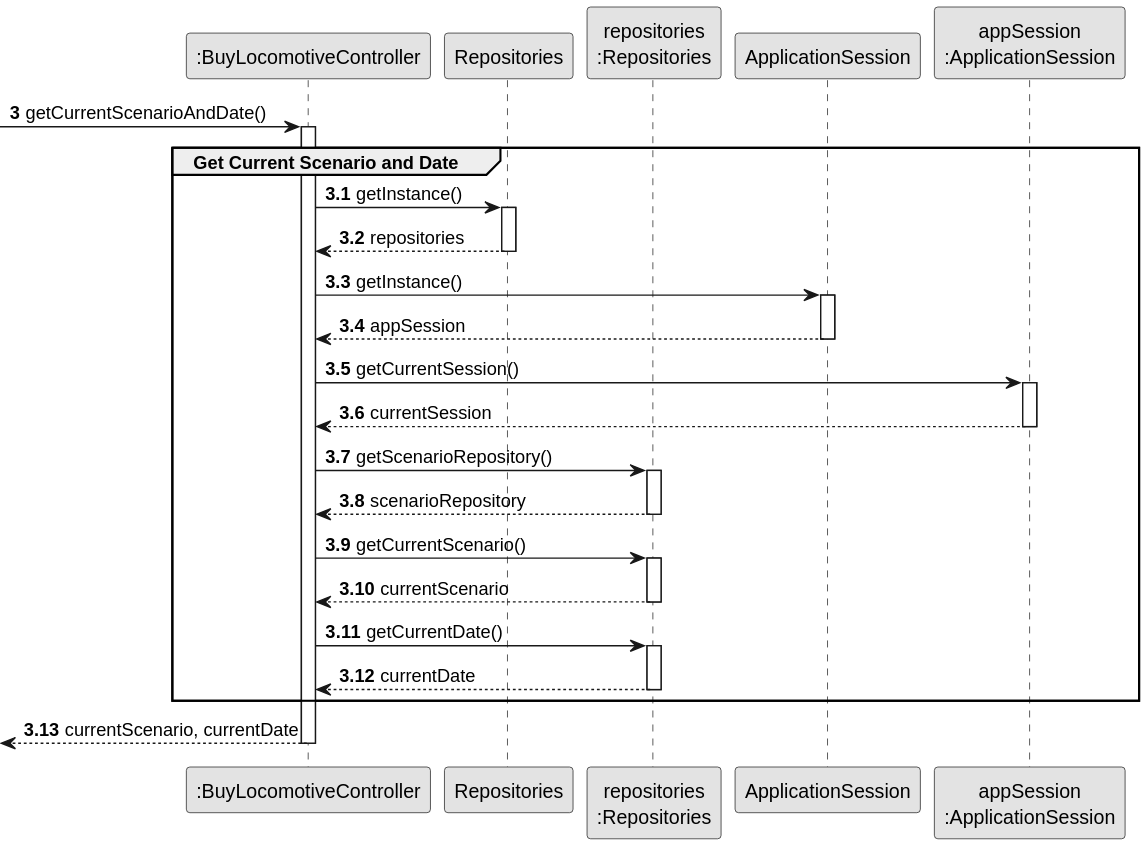
Earlier version of the PlantUML export docs/system-documentation/Sprint 2/US09/03.design/svg/US09-SD-partial-get-current-scenario-and-date.svg (HenriqueSilva18/Railway-Network-Simulator).
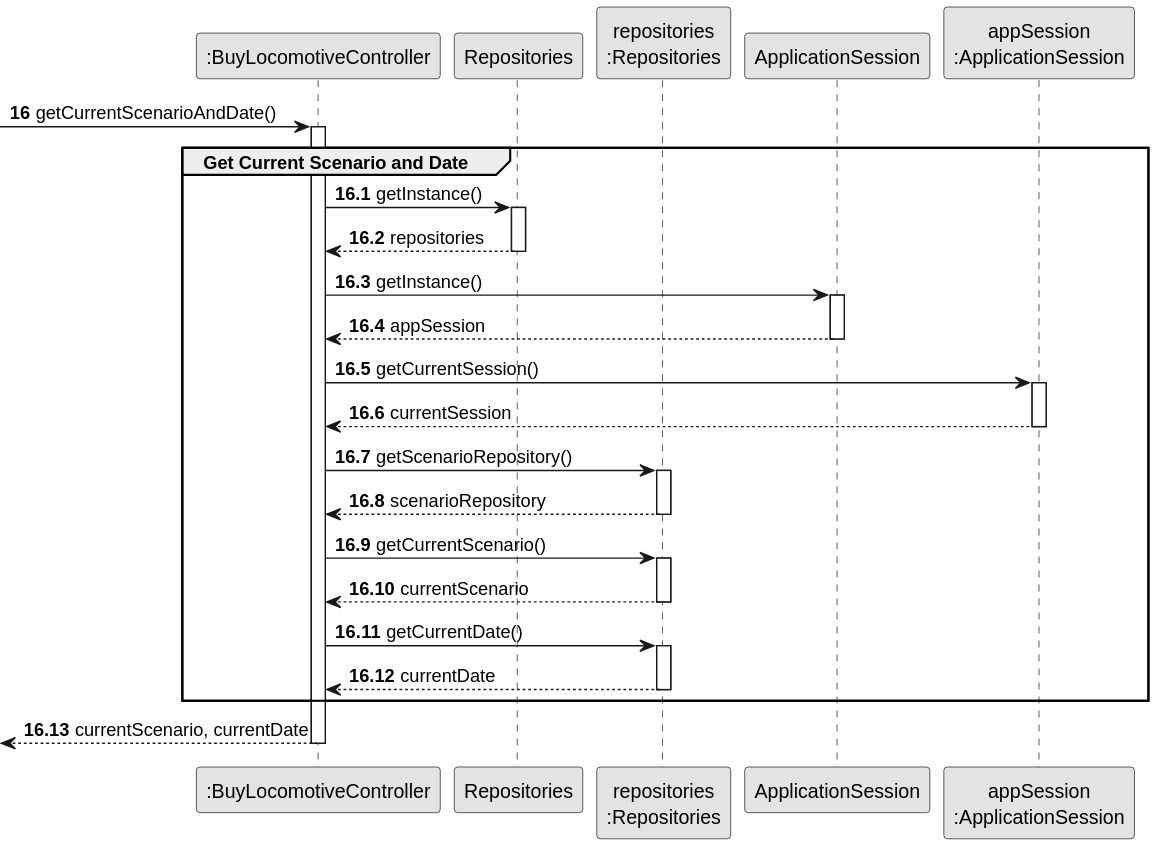
The same file after the commit.

Diff of the diagram source:
```diff
@@ -9,10 +9,10 @@
 participant "ApplicationSession" as APP_SESSION
 participant "appSession\n:ApplicationSession" as APP_SESSION_SINGLETON
 
-autonumber 3
+autonumber 16
 -> CTRL : getCurrentScenarioAndDate()
 
-autonumber 3.1
+autonumber 16.1
 activate CTRL
     group Get Current Scenario and Date
         CTRL -> REPOS : getInstance()
@@ -46,7 +46,7 @@
         deactivate REPOS_SINGLETON
     end
 
-    autonumber 3.13
+    autonumber 16.13
     <-- CTRL : currentScenario, currentDate
 deactivate CTRL
 @enduml
```
